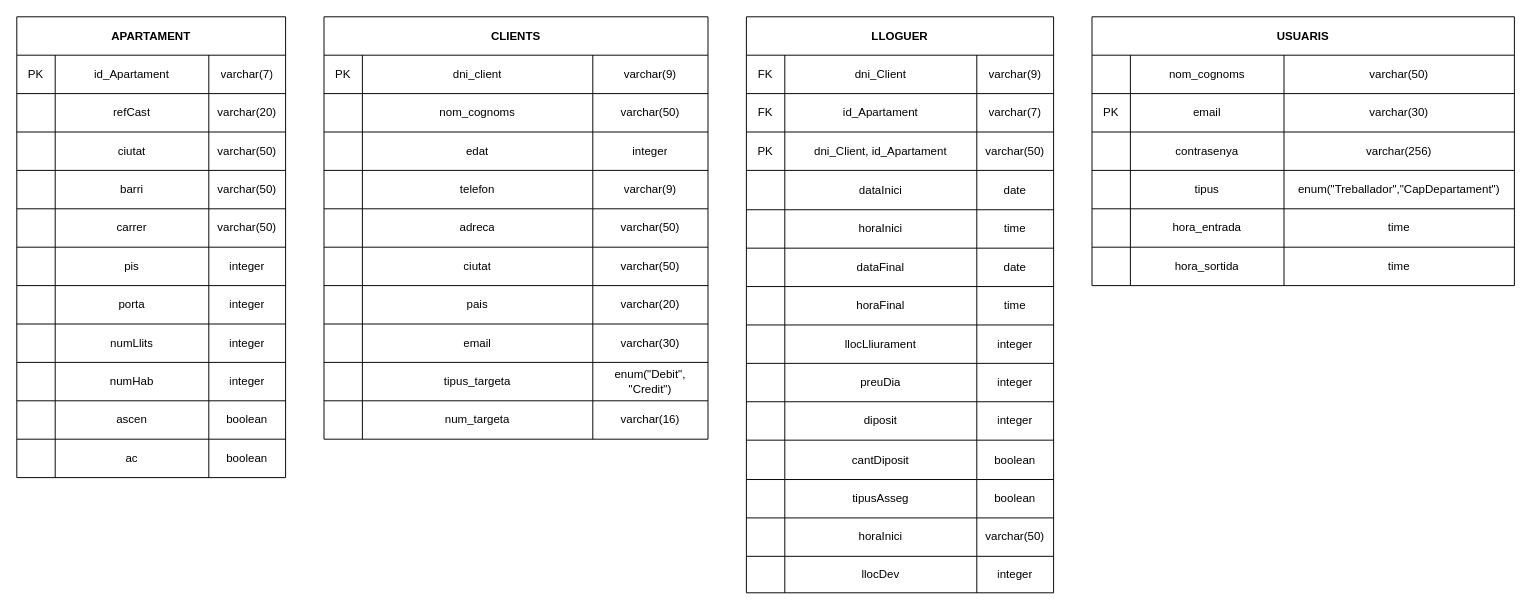
Before: page "Tablas" (1 of 3) of modelo_er.drawio in alguga2122daw2/daw2_m07uf3_projecte_grup07, a draw.io diagram. Source tidied: cells renumbered, new cells numbered last; positions are measured from the earlier drawing's top-left corner, leaving out a move shared by most shapes. Both pictures are drawn from the tidied source at 96%, with x=0, y=0 at pixel (16, 16).
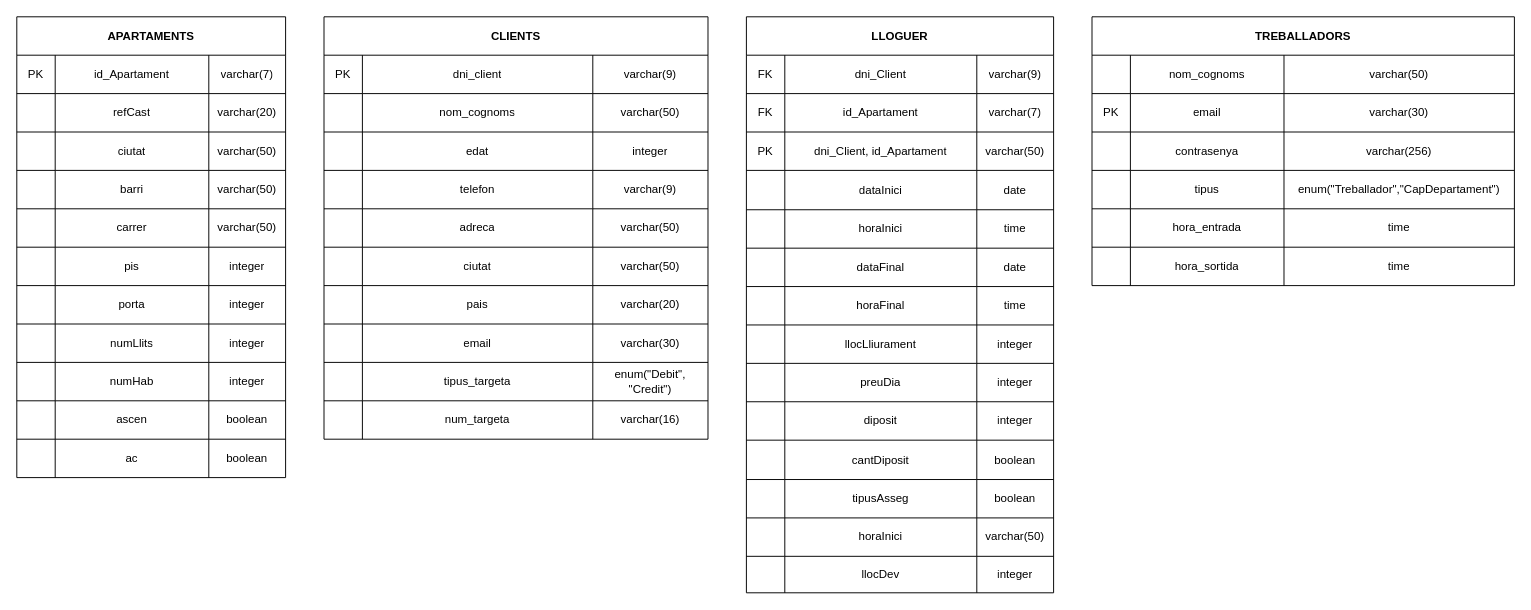
After the change.

Commit message (it also covers changes not shown here):
Vagrantfile terminado y carpeta compartida. Modelo E/R y modelo RA hecho

What changed in the source:
```diff
@@
-    <mxCell id="2" value="APARTAMENT" style="shape=table;startSize=40;childLayout=tableLayout;fontStyle=1;align=center;" parent="1" vertex="1">
+    <mxCell id="2" value="APARTAMENTS" style="shape=table;startSize=40;childLayout=tableLayout;fontStyle=1;align=center;" parent="1" vertex="1">
       <mxGeometry width="280" height="480" as="geometry" />
     </mxCell>
@@
-    <mxCell id="145" value="USUARIS" style="shape=table;startSize=40;childLayout=tableLayout;fontStyle=1;align=center;" parent="1" vertex="1">
+    <mxCell id="145" value="TREBALLADORS" style="shape=table;startSize=40;childLayout=tableLayout;fontStyle=1;align=center;" parent="1" vertex="1">
       <mxGeometry x="1120" width="440" height="280" as="geometry" />
     </mxCell>
```
